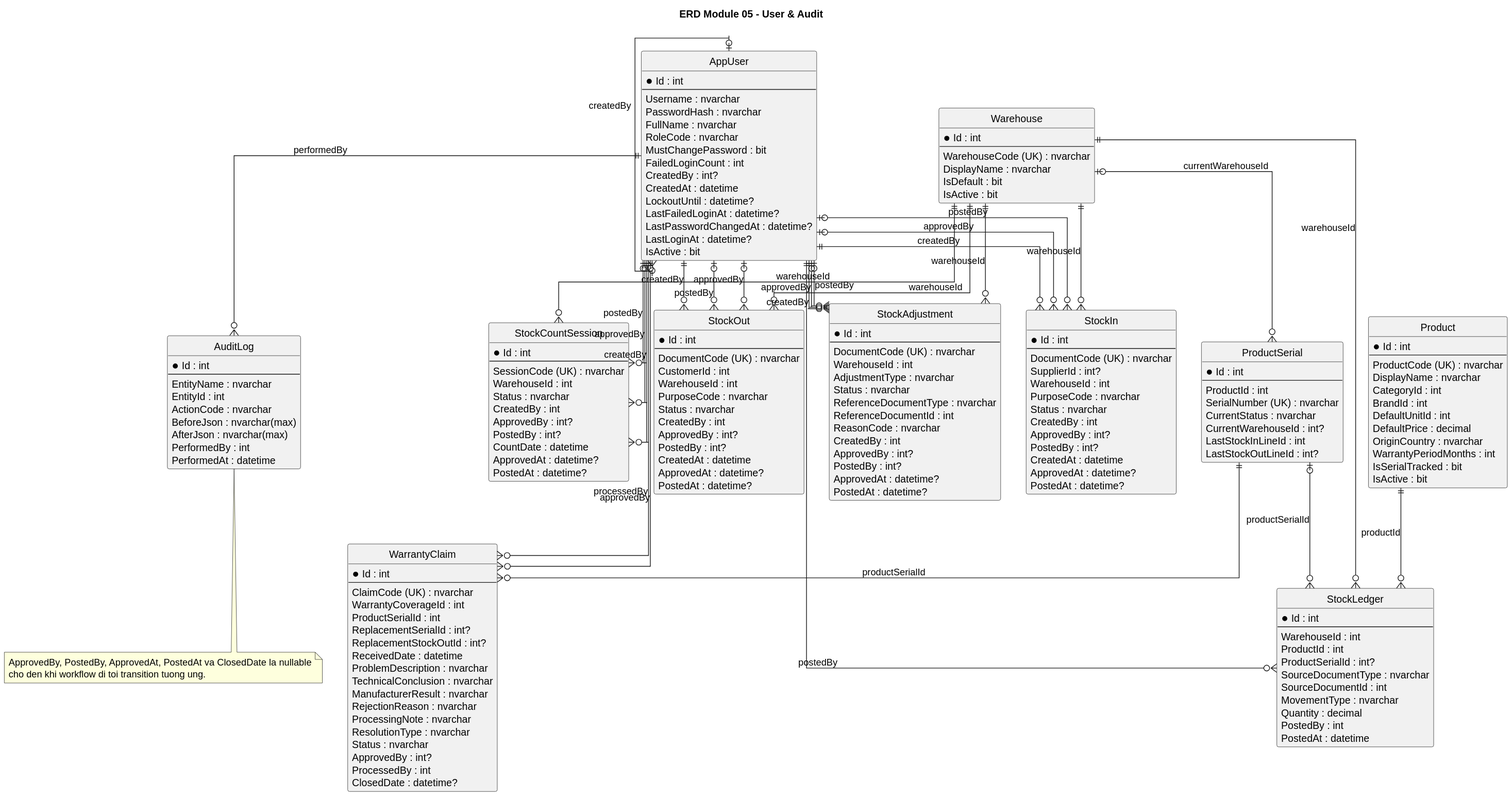
Earlier version of the PlantUML export Diagram/plantuml-svg-erd-module/ERD_Module_05_User_Audit.svg (TheGiver262/WarePro). Source of this version:
```plantuml
@startuml
title ERD Module 05 - User & Audit
hide circle
skinparam linetype ortho

entity "AppUser" as AppUser {
  * Id : int
  --
  Username : nvarchar
  PasswordHash : nvarchar
  FullName : nvarchar
  RoleCode : nvarchar
  MustChangePassword : bit
  FailedLoginCount : int
  CreatedBy : int?
  CreatedAt : datetime
  LockoutUntil : datetime?
  LastFailedLoginAt : datetime?
  LastPasswordChangedAt : datetime?
  LastLoginAt : datetime?
  IsActive : bit
}

entity "Warehouse" as Warehouse {
  * Id : int
  --
  WarehouseCode (UK) : nvarchar
  DisplayName : nvarchar
  IsDefault : bit
  IsActive : bit
}

entity "StockIn" as StockIn {
  * Id : int
  --
  DocumentCode (UK) : nvarchar
  SupplierId : int?
  WarehouseId : int
  PurposeCode : nvarchar
  Status : nvarchar
  CreatedBy : int
  ApprovedBy : int?
  PostedBy : int?
  CreatedAt : datetime
  ApprovedAt : datetime?
  PostedAt : datetime?
}

entity "StockOut" as StockOut {
  * Id : int
  --
  DocumentCode (UK) : nvarchar
  CustomerId : int
  WarehouseId : int
  PurposeCode : nvarchar
  Status : nvarchar
  CreatedBy : int
  ApprovedBy : int?
  PostedBy : int?
  CreatedAt : datetime
  ApprovedAt : datetime?
  PostedAt : datetime?
}

entity "StockCountSession" as StockCountSession {
  * Id : int
  --
  SessionCode (UK) : nvarchar
  WarehouseId : int
  Status : nvarchar
  CreatedBy : int
  ApprovedBy : int?
  PostedBy : int?
  CountDate : datetime
  ApprovedAt : datetime?
  PostedAt : datetime?
}

entity "StockAdjustment" as StockAdjustment {
  * Id : int
  --
  DocumentCode (UK) : nvarchar
  WarehouseId : int
  AdjustmentType : nvarchar
  Status : nvarchar
  ReferenceDocumentType : nvarchar
  ReferenceDocumentId : int
  ReasonCode : nvarchar
  CreatedBy : int
  ApprovedBy : int?
  PostedBy : int?
  ApprovedAt : datetime?
  PostedAt : datetime?
}

entity "Product" as Product {
  * Id : int
  --
  ProductCode (UK) : nvarchar
  DisplayName : nvarchar
  CategoryId : int
  BrandId : int
  DefaultUnitId : int
  DefaultPrice : decimal
  OriginCountry : nvarchar
  WarrantyPeriodMonths : int
  IsSerialTracked : bit
  IsActive : bit
}

entity "ProductSerial" as ProductSerial {
  * Id : int
  --
  ProductId : int
  SerialNumber (UK) : nvarchar
  CurrentStatus : nvarchar
  CurrentWarehouseId : int?
  LastStockInLineId : int
  LastStockOutLineId : int?
}

entity "StockLedger" as StockLedger {
  * Id : int
  --
  WarehouseId : int
  ProductId : int
  ProductSerialId : int?
  SourceDocumentType : nvarchar
  SourceDocumentId : int
  MovementType : nvarchar
  Quantity : decimal
  PostedBy : int
  PostedAt : datetime
}

entity "WarrantyClaim" as WarrantyClaim {
  * Id : int
  --
  ClaimCode (UK) : nvarchar
  WarrantyCoverageId : int
  ProductSerialId : int
  ReplacementSerialId : int?
  ReplacementStockOutId : int?
  ReceivedDate : datetime
  ProblemDescription : nvarchar
  TechnicalConclusion : nvarchar
  ManufacturerResult : nvarchar
  RejectionReason : nvarchar
  ProcessingNote : nvarchar
  ResolutionType : nvarchar
  Status : nvarchar
  ApprovedBy : int?
  ProcessedBy : int
  ClosedDate : datetime?
}

entity "AuditLog" as AuditLog {
  * Id : int
  --
  EntityName : nvarchar
  EntityId : int
  ActionCode : nvarchar
  BeforeJson : nvarchar(max)
  AfterJson : nvarchar(max)
  PerformedBy : int
  PerformedAt : datetime
}

AppUser |o--o{ AppUser : createdBy
AppUser ||--o{ StockIn : createdBy
AppUser |o--o{ StockIn : approvedBy
AppUser |o--o{ StockIn : postedBy
AppUser ||--o{ StockOut : createdBy
AppUser |o--o{ StockOut : approvedBy
AppUser |o--o{ StockOut : postedBy
AppUser ||--o{ StockCountSession : createdBy
AppUser |o--o{ StockCountSession : approvedBy
AppUser |o--o{ StockCountSession : postedBy
AppUser ||--o{ StockAdjustment : createdBy
AppUser |o--o{ StockAdjustment : approvedBy
AppUser |o--o{ StockAdjustment : postedBy
AppUser ||--o{ StockLedger : postedBy
AppUser |o--o{ WarrantyClaim : approvedBy
AppUser ||--o{ WarrantyClaim : processedBy
AppUser ||--o{ AuditLog : performedBy
Warehouse ||--o{ StockIn : warehouseId
Warehouse ||--o{ StockOut : warehouseId
Warehouse ||--o{ StockCountSession : warehouseId
Warehouse ||--o{ StockAdjustment : warehouseId
Warehouse ||--o{ StockLedger : warehouseId
Warehouse |o--o{ ProductSerial : currentWarehouseId
Product ||--o{ StockLedger : productId
ProductSerial |o--o{ StockLedger : productSerialId
ProductSerial ||--o{ WarrantyClaim : productSerialId

note bottom
ApprovedBy, PostedBy, ApprovedAt, PostedAt va ClosedDate la nullable
cho den khi workflow di toi transition tuong ung.
end note
@enduml
```
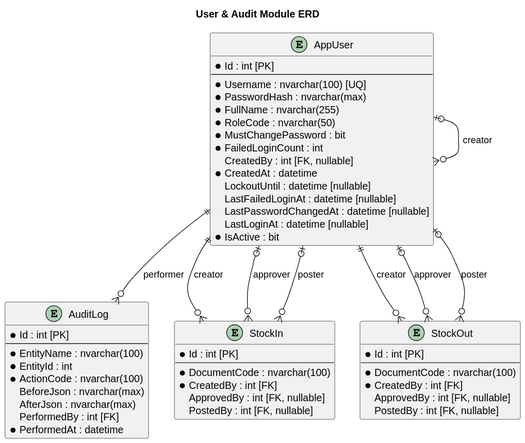
Above is the later version.

Change to the diagram source:
```diff
@@ -1,200 +1,60 @@
 @startuml
-title ERD Module 05 - User & Audit
-hide circle
-skinparam linetype ortho
+title User & Audit Module ERD
 
-entity "AppUser" as AppUser {
-  * Id : int
-  --
-  Username : nvarchar
-  PasswordHash : nvarchar
-  FullName : nvarchar
-  RoleCode : nvarchar
-  MustChangePassword : bit
-  FailedLoginCount : int
-  CreatedBy : int?
-  CreatedAt : datetime
-  LockoutUntil : datetime?
-  LastFailedLoginAt : datetime?
-  LastPasswordChangedAt : datetime?
-  LastLoginAt : datetime?
-  IsActive : bit
+entity AppUser {
+    * Id : int [PK]
+    --
+    * Username : nvarchar(100) [UQ]
+    * PasswordHash : nvarchar(max)
+    * FullName : nvarchar(255)
+    * RoleCode : nvarchar(50)
+    * MustChangePassword : bit
+    * FailedLoginCount : int
+    CreatedBy : int [FK, nullable]
+    * CreatedAt : datetime
+    LockoutUntil : datetime [nullable]
+    LastFailedLoginAt : datetime [nullable]
+    LastPasswordChangedAt : datetime [nullable]
+    LastLoginAt : datetime [nullable]
+    * IsActive : bit
 }
 
-entity "Warehouse" as Warehouse {
-  * Id : int
-  --
-  WarehouseCode (UK) : nvarchar
-  DisplayName : nvarchar
-  IsDefault : bit
-  IsActive : bit
+entity AuditLog {
+    * Id : int [PK]
+    --
+    * EntityName : nvarchar(100)
+    * EntityId : int
+    * ActionCode : nvarchar(100)
+    BeforeJson : nvarchar(max)
+    AfterJson : nvarchar(max)
+    PerformedBy : int [FK]
+    * PerformedAt : datetime
 }
 
-entity "StockIn" as StockIn {
-  * Id : int
-  --
-  DocumentCode (UK) : nvarchar
-  SupplierId : int?
-  WarehouseId : int
-  PurposeCode : nvarchar
-  Status : nvarchar
-  CreatedBy : int
-  ApprovedBy : int?
-  PostedBy : int?
-  CreatedAt : datetime
-  ApprovedAt : datetime?
-  PostedAt : datetime?
+entity StockIn {
+    * Id : int [PK]
+    --
+    * DocumentCode : nvarchar(100)
+    * CreatedBy : int [FK]
+    ApprovedBy : int [FK, nullable]
+    PostedBy : int [FK, nullable]
 }
 
-entity "StockOut" as StockOut {
-  * Id : int
-  --
-  DocumentCode (UK) : nvarchar
-  CustomerId : int
-  WarehouseId : int
-  PurposeCode : nvarchar
-  Status : nvarchar
-  CreatedBy : int
-  ApprovedBy : int?
-  PostedBy : int?
-  CreatedAt : datetime
-  ApprovedAt : datetime?
-  PostedAt : datetime?
+entity StockOut {
+    * Id : int [PK]
+    --
+    * DocumentCode : nvarchar(100)
+    * CreatedBy : int [FK]
+    ApprovedBy : int [FK, nullable]
+    PostedBy : int [FK, nullable]
 }
 
-entity "StockCountSession" as StockCountSession {
-  * Id : int
-  --
-  SessionCode (UK) : nvarchar
-  WarehouseId : int
-  Status : nvarchar
-  CreatedBy : int
-  ApprovedBy : int?
-  PostedBy : int?
-  CountDate : datetime
-  ApprovedAt : datetime?
-  PostedAt : datetime?
-}
-
-entity "StockAdjustment" as StockAdjustment {
-  * Id : int
-  --
-  DocumentCode (UK) : nvarchar
-  WarehouseId : int
-  AdjustmentType : nvarchar
-  Status : nvarchar
-  ReferenceDocumentType : nvarchar
-  ReferenceDocumentId : int
-  ReasonCode : nvarchar
-  CreatedBy : int
-  ApprovedBy : int?
-  PostedBy : int?
-  ApprovedAt : datetime?
-  PostedAt : datetime?
-}
-
-entity "Product" as Product {
-  * Id : int
-  --
-  ProductCode (UK) : nvarchar
-  DisplayName : nvarchar
-  CategoryId : int
-  BrandId : int
-  DefaultUnitId : int
-  DefaultPrice : decimal
-  OriginCountry : nvarchar
-  WarrantyPeriodMonths : int
-  IsSerialTracked : bit
-  IsActive : bit
-}
-
-entity "ProductSerial" as ProductSerial {
-  * Id : int
-  --
-  ProductId : int
-  SerialNumber (UK) : nvarchar
-  CurrentStatus : nvarchar
-  CurrentWarehouseId : int?
-  LastStockInLineId : int
-  LastStockOutLineId : int?
-}
-
-entity "StockLedger" as StockLedger {
-  * Id : int
-  --
-  WarehouseId : int
-  ProductId : int
-  ProductSerialId : int?
-  SourceDocumentType : nvarchar
-  SourceDocumentId : int
-  MovementType : nvarchar
-  Quantity : decimal
-  PostedBy : int
-  PostedAt : datetime
-}
-
-entity "WarrantyClaim" as WarrantyClaim {
-  * Id : int
-  --
-  ClaimCode (UK) : nvarchar
-  WarrantyCoverageId : int
-  ProductSerialId : int
-  ReplacementSerialId : int?
-  ReplacementStockOutId : int?
-  ReceivedDate : datetime
-  ProblemDescription : nvarchar
-  TechnicalConclusion : nvarchar
-  ManufacturerResult : nvarchar
-  RejectionReason : nvarchar
-  ProcessingNote : nvarchar
-  ResolutionType : nvarchar
-  Status : nvarchar
-  ApprovedBy : int?
-  ProcessedBy : int
-  ClosedDate : datetime?
-}
-
-entity "AuditLog" as AuditLog {
-  * Id : int
-  --
-  EntityName : nvarchar
-  EntityId : int
-  ActionCode : nvarchar
-  BeforeJson : nvarchar(max)
-  AfterJson : nvarchar(max)
-  PerformedBy : int
-  PerformedAt : datetime
-}
-
-AppUser |o--o{ AppUser : createdBy
-AppUser ||--o{ StockIn : createdBy
-AppUser |o--o{ StockIn : approvedBy
-AppUser |o--o{ StockIn : postedBy
-AppUser ||--o{ StockOut : createdBy
-AppUser |o--o{ StockOut : approvedBy
-AppUser |o--o{ StockOut : postedBy
-AppUser ||--o{ StockCountSession : createdBy
-AppUser |o--o{ StockCountSession : approvedBy
-AppUser |o--o{ StockCountSession : postedBy
-AppUser ||--o{ StockAdjustment : createdBy
-AppUser |o--o{ StockAdjustment : approvedBy
-AppUser |o--o{ StockAdjustment : postedBy
-AppUser ||--o{ StockLedger : postedBy
-AppUser |o--o{ WarrantyClaim : approvedBy
-AppUser ||--o{ WarrantyClaim : processedBy
-AppUser ||--o{ AuditLog : performedBy
-Warehouse ||--o{ StockIn : warehouseId
-Warehouse ||--o{ StockOut : warehouseId
-Warehouse ||--o{ StockCountSession : warehouseId
-Warehouse ||--o{ StockAdjustment : warehouseId
-Warehouse ||--o{ StockLedger : warehouseId
-Warehouse |o--o{ ProductSerial : currentWarehouseId
-Product ||--o{ StockLedger : productId
-ProductSerial |o--o{ StockLedger : productSerialId
-ProductSerial ||--o{ WarrantyClaim : productSerialId
-
-note bottom
-ApprovedBy, PostedBy, ApprovedAt, PostedAt va ClosedDate la nullable
-cho den khi workflow di toi transition tuong ung.
-end note
+AppUser |o--o{ AppUser : creator
+AppUser ||--o{ AuditLog : performer
+AppUser ||--o{ StockIn : creator
+AppUser |o--o{ StockIn : approver
+AppUser |o--o{ StockIn : poster
+AppUser ||--o{ StockOut : creator
+AppUser |o--o{ StockOut : approver
+AppUser |o--o{ StockOut : poster
 @enduml
```
